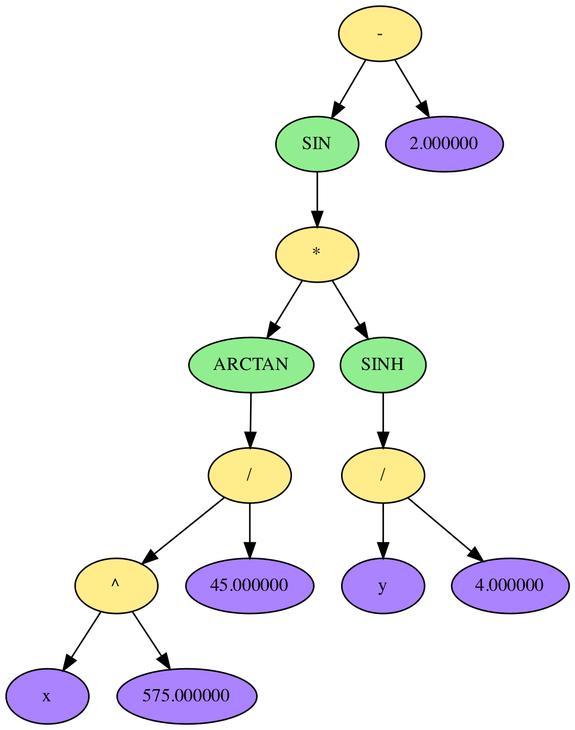
Earlier version of the Graphviz export dump/dump_tree.png (BileyHarryCopter/Differentiator). Its source is kept beside it as dump/dump_tree.dot.
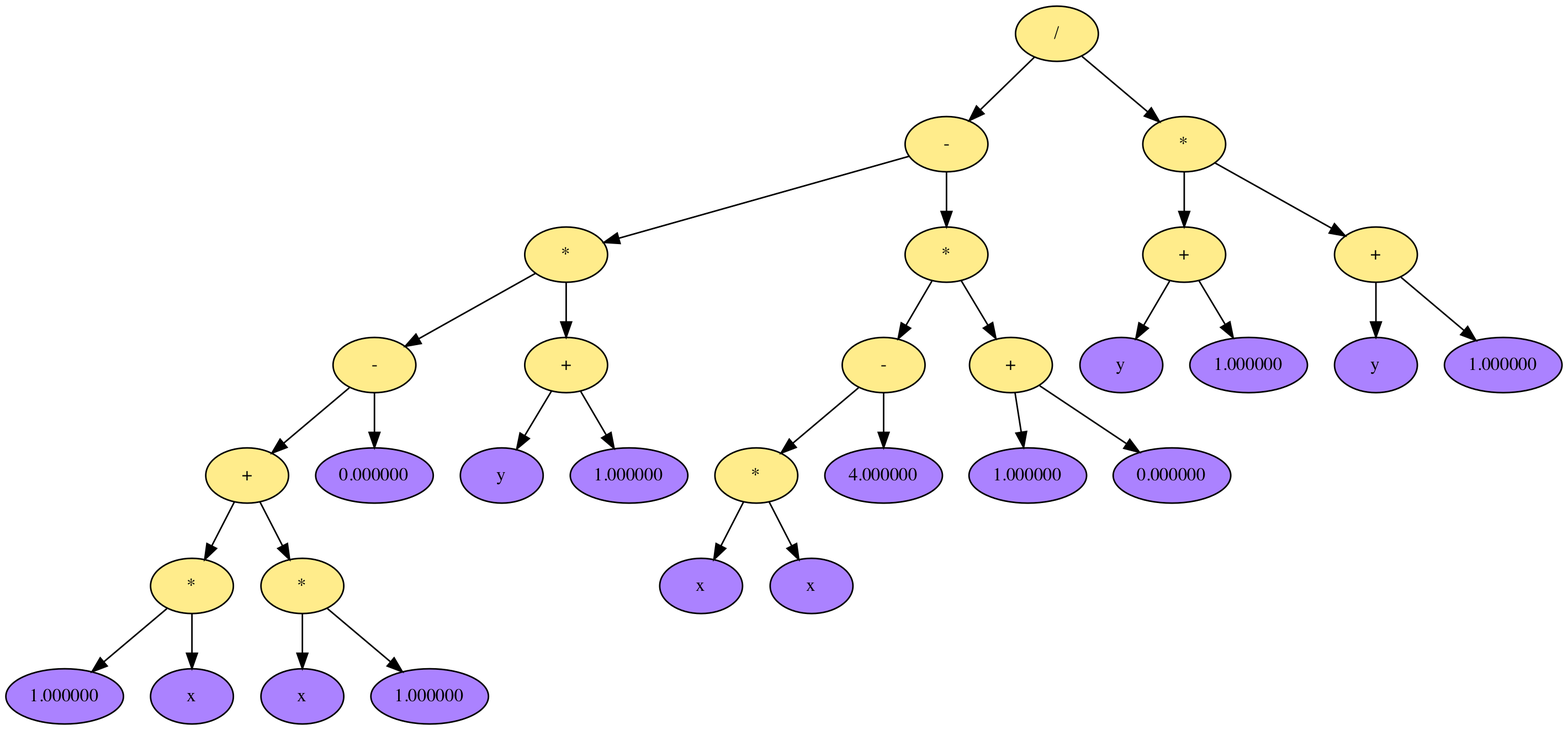
After the commit.

Change to the diagram source:
```diff
@@ -4,36 +4,70 @@
 
 	subgraph TREE
 	{
-		node [shape = "oval", style = "filled", fillcolor = "lightgoldenrod1", fontcolor = "black", fontsize = "12"];
 		edge [color = "black"];
 
-		node_0x7fe6b7406060 [label = "-"];
-		node_0x7fe6b74059e0 [label = "SIN", fillcolor = "lightgreen" ];
-		node_0x7fe6b7406020 [label = "*"];
-		node_0x7fe6b7405a00 [label = "ARCTAN", fillcolor = "lightgreen" ];
-		node_0x7fe6b7405f80 [label = "/"];
-		node_0x7fe6b7405f40 [label = "^"];
-		node_0x7fe6b7405a20 [label = "x", fillcolor = "mediumpurple1" ];
-		node_0x7fe6b7405a50 [label = "575.000000", fillcolor = "mediumpurple1" ];
-		node_0x7fe6b7405f60 [label = "45.000000", fillcolor = "mediumpurple1" ];
-		node_0x7fe6b7405fa0 [label = "SINH", fillcolor = "lightgreen" ];
-		node_0x7fe6b7406000 [label = "/"];
-		node_0x7fe6b7405fc0 [label = "y", fillcolor = "mediumpurple1" ];
-		node_0x7fe6b7405fe0 [label = "4.000000", fillcolor = "mediumpurple1" ];
-		node_0x7fe6b7406040 [label = "2.000000", fillcolor = "mediumpurple1" ];
+		node [shape = "oval", style = "filled", fillcolor = "lightgoldenrod1", fontcolor = "black", fontsize = "12"];
+		node_0x7facdac06060 [label = "/"];
+		node_0x7facdac06080 [label = "-"];
+		node_0x7facdac062d0 [label = "*"];
+		node_0x7facdac05fe0 [label = "-"];
+		node_0x7facdac05ab0 [label = "+"];
+		node_0x7facdac06310 [label = "*"];
+		node_0x7facdac05a50 [label = "1.000000", fillcolor = "mediumpurple1" ];
+		node_0x7facdac06380 [label = "x", fillcolor = "mediumpurple1" ];
+		node_0x7facdac06330 [label = "*"];
+		node_0x7facdac06350 [label = "x", fillcolor = "mediumpurple1" ];
+		node_0x7facdac05a80 [label = "1.000000", fillcolor = "mediumpurple1" ];
+		node_0x7facdac05ad0 [label = "0.000000", fillcolor = "mediumpurple1" ];
+		node_0x7facdac06180 [label = "+"];
+		node_0x7facdac061a0 [label = "y", fillcolor = "mediumpurple1" ];
+		node_0x7facdac061d0 [label = "1.000000", fillcolor = "mediumpurple1" ];
+		node_0x7facdac062f0 [label = "*"];
+		node_0x7facdac060c0 [label = "-"];
+		node_0x7facdac060e0 [label = "*"];
+		node_0x7facdac06100 [label = "x", fillcolor = "mediumpurple1" ];
+		node_0x7facdac06130 [label = "x", fillcolor = "mediumpurple1" ];
+		node_0x7facdac06160 [label = "4.000000", fillcolor = "mediumpurple1" ];
+		node_0x7facdac06040 [label = "+"];
+		node_0x7facdac06000 [label = "1.000000", fillcolor = "mediumpurple1" ];
+		node_0x7facdac06020 [label = "0.000000", fillcolor = "mediumpurple1" ];
+		node_0x7facdac060a0 [label = "*"];
+		node_0x7facdac061f0 [label = "+"];
+		node_0x7facdac06210 [label = "y", fillcolor = "mediumpurple1" ];
+		node_0x7facdac06240 [label = "1.000000", fillcolor = "mediumpurple1" ];
+		node_0x7facdac06260 [label = "+"];
+		node_0x7facdac06280 [label = "y", fillcolor = "mediumpurple1" ];
+		node_0x7facdac062b0 [label = "1.000000", fillcolor = "mediumpurple1" ];
 
-		node_0x7fe6b7406060 -> node_0x7fe6b74059e0;
-		node_0x7fe6b74059e0 -> node_0x7fe6b7406020;
-		node_0x7fe6b7406020 -> node_0x7fe6b7405a00;
-		node_0x7fe6b7405a00 -> node_0x7fe6b7405f80;
-		node_0x7fe6b7405f80 -> node_0x7fe6b7405f40;
-		node_0x7fe6b7405f40 -> node_0x7fe6b7405a20;
-		node_0x7fe6b7405f40 -> node_0x7fe6b7405a50;
-		node_0x7fe6b7405f80 -> node_0x7fe6b7405f60;
-		node_0x7fe6b7406020 -> node_0x7fe6b7405fa0;
-		node_0x7fe6b7405fa0 -> node_0x7fe6b7406000;
-		node_0x7fe6b7406000 -> node_0x7fe6b7405fc0;
-		node_0x7fe6b7406000 -> node_0x7fe6b7405fe0;
-		node_0x7fe6b7406060 -> node_0x7fe6b7406040;
+		node_0x7facdac06060 -> node_0x7facdac06080;
+		node_0x7facdac06080 -> node_0x7facdac062d0;
+		node_0x7facdac062d0 -> node_0x7facdac05fe0;
+		node_0x7facdac05fe0 -> node_0x7facdac05ab0;
+		node_0x7facdac05ab0 -> node_0x7facdac06310;
+		node_0x7facdac06310 -> node_0x7facdac05a50;
+		node_0x7facdac06310 -> node_0x7facdac06380;
+		node_0x7facdac05ab0 -> node_0x7facdac06330;
+		node_0x7facdac06330 -> node_0x7facdac06350;
+		node_0x7facdac06330 -> node_0x7facdac05a80;
+		node_0x7facdac05fe0 -> node_0x7facdac05ad0;
+		node_0x7facdac062d0 -> node_0x7facdac06180;
+		node_0x7facdac06180 -> node_0x7facdac061a0;
+		node_0x7facdac06180 -> node_0x7facdac061d0;
+		node_0x7facdac06080 -> node_0x7facdac062f0;
+		node_0x7facdac062f0 -> node_0x7facdac060c0;
+		node_0x7facdac060c0 -> node_0x7facdac060e0;
+		node_0x7facdac060e0 -> node_0x7facdac06100;
+		node_0x7facdac060e0 -> node_0x7facdac06130;
+		node_0x7facdac060c0 -> node_0x7facdac06160;
+		node_0x7facdac062f0 -> node_0x7facdac06040;
+		node_0x7facdac06040 -> node_0x7facdac06000;
+		node_0x7facdac06040 -> node_0x7facdac06020;
+		node_0x7facdac06060 -> node_0x7facdac060a0;
+		node_0x7facdac060a0 -> node_0x7facdac061f0;
+		node_0x7facdac061f0 -> node_0x7facdac06210;
+		node_0x7facdac061f0 -> node_0x7facdac06240;
+		node_0x7facdac060a0 -> node_0x7facdac06260;
+		node_0x7facdac06260 -> node_0x7facdac06280;
+		node_0x7facdac06260 -> node_0x7facdac062b0;
 	}
 }
```
